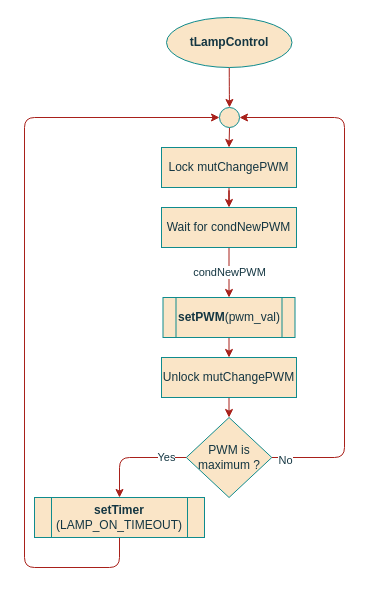
ESRGgroup9/slipad keeps this draw.io diagram as page "tLampControl" (1 of 3) of project/report/flowcharts/tLampControl.drawio. Above is the earlier version. Source tidied: cells renumbered, new cells numbered last; positions are measured from the earlier drawing's top-left corner, leaving out a move shared by most shapes. Both pictures are drawn from the tidied source at 100%, with x=0, y=0 at pixel (24, 17).
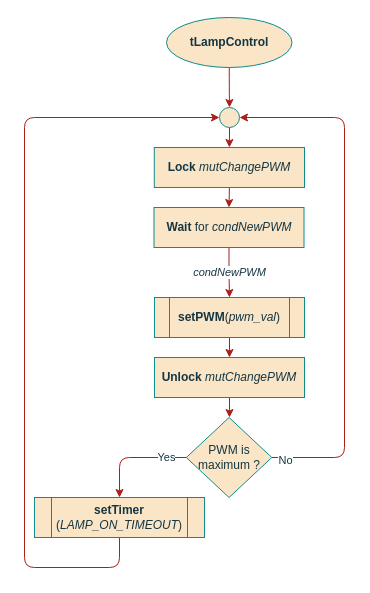
The same page after the edit.

The edit, as a diff of the source:
```diff
@@
-    <mxCell id="6" style="edgeStyle=orthogonalEdgeStyle;rounded=1;sketch=0;jettySize=auto;html=1;fontColor=#143642;strokeColor=#A8201A;fillColor=#FAE5C7;" parent="1" edge="1" source="7" target="9">
+    <mxCell id="6" style="edgeStyle=orthogonalEdgeStyle;rounded=0;sketch=0;jettySize=auto;html=1;exitX=0.5;exitY=1;exitDx=0;exitDy=0;entryX=0.5;entryY=0;entryDx=0;entryDy=0;fontColor=#143642;strokeColor=#A8201A;fillColor=#FAE5C7;" parent="1" edge="1" source="7" target="9">
       <mxGeometry relative="1" as="geometry" />
     </mxCell>
-    <mxCell id="7" value="Lock mutChangePWM" style="rounded=0;whiteSpace=wrap;html=1;sketch=0;fontColor=#143642;strokeColor=#0F8B8D;fillColor=#FAE5C7;" parent="1" vertex="1">
-      <mxGeometry x="137" y="130" width="135" height="40" as="geometry" />
+    <mxCell id="7" value="&lt;b&gt;Lock&lt;/b&gt; &lt;i&gt;mutChangePWM&lt;/i&gt;" style="rounded=0;whiteSpace=wrap;html=1;sketch=0;fontColor=#143642;strokeColor=#0F8B8D;fillColor=#FAE5C7;" parent="1" vertex="1">
+      <mxGeometry x="129.8" y="130" width="150.2" height="40" as="geometry" />
     </mxCell>
-    <mxCell id="8" value="condNewPWM" style="edgeStyle=orthogonalEdgeStyle;rounded=1;sketch=0;jettySize=auto;html=1;fontColor=#143642;strokeColor=#A8201A;fillColor=#FAE5C7;" parent="1" edge="1" source="9" target="11">
+    <mxCell id="8" value="condNewPWM" style="edgeStyle=orthogonalEdgeStyle;rounded=1;sketch=0;jettySize=auto;html=1;fontColor=#143642;strokeColor=#A8201A;fillColor=#FAE5C7;fontStyle=2;" parent="1" edge="1" source="9" target="11">
       <mxGeometry relative="1" as="geometry" />
     </mxCell>
-    <mxCell id="9" value="Wait for condNewPWM" style="rounded=0;whiteSpace=wrap;html=1;sketch=0;fontColor=#143642;strokeColor=#0F8B8D;fillColor=#FAE5C7;" parent="1" vertex="1">
-      <mxGeometry x="137" y="190" width="135" height="40" as="geometry" />
+    <mxCell id="9" value="&lt;b&gt;Wait&lt;/b&gt; for &lt;i&gt;condNewPWM&lt;/i&gt;" style="rounded=0;whiteSpace=wrap;html=1;sketch=0;fontColor=#143642;strokeColor=#0F8B8D;fillColor=#FAE5C7;" parent="1" vertex="1">
+      <mxGeometry x="129.5" y="190" width="150" height="40" as="geometry" />
     </mxCell>
@@
-    <mxCell id="11" value="&lt;b&gt;setPWM&lt;/b&gt;(pwm_val)" style="shape=process;whiteSpace=wrap;html=1;backgroundOutline=1;rounded=0;sketch=0;fontColor=#143642;strokeColor=#0F8B8D;fillColor=#FAE5C7;" parent="1" vertex="1">
-      <mxGeometry x="138.5" y="280" width="132" height="40" as="geometry" />
+    <mxCell id="11" value="&lt;b&gt;setPWM&lt;/b&gt;(&lt;i&gt;pwm_val&lt;/i&gt;)" style="shape=process;whiteSpace=wrap;html=1;backgroundOutline=1;rounded=0;sketch=0;fontColor=#143642;strokeColor=#0F8B8D;fillColor=#FAE5C7;" parent="1" vertex="1">
+      <mxGeometry x="130" y="280" width="150" height="40" as="geometry" />
     </mxCell>
@@
-    <mxCell id="13" value="Unlock mutChangePWM" style="rounded=0;whiteSpace=wrap;html=1;sketch=0;fontColor=#143642;strokeColor=#0F8B8D;fillColor=#FAE5C7;" parent="1" vertex="1">
-      <mxGeometry x="137" y="340" width="135" height="40" as="geometry" />
+    <mxCell id="13" value="&lt;b&gt;Unlock&lt;/b&gt; &lt;i&gt;mutChangePWM&lt;/i&gt;" style="rounded=0;whiteSpace=wrap;html=1;sketch=0;fontColor=#143642;strokeColor=#0F8B8D;fillColor=#FAE5C7;" parent="1" vertex="1">
+      <mxGeometry x="130" y="340" width="150" height="40" as="geometry" />
     </mxCell>
@@
-    <mxCell id="20" value="&lt;div&gt;&lt;b&gt;setTimer&lt;/b&gt;&lt;/div&gt;&lt;div&gt;(LAMP_ON_TIMEOUT)&lt;/div&gt;" style="shape=process;whiteSpace=wrap;html=1;backgroundOutline=1;rounded=0;sketch=0;fontColor=#143642;strokeColor=#0F8B8D;fillColor=#FAE5C7;" parent="1" vertex="1">
+    <mxCell id="20" value="&lt;div&gt;&lt;b&gt;setTimer&lt;/b&gt;&lt;/div&gt;&lt;div&gt;(&lt;i&gt;LAMP_ON_TIMEOUT&lt;/i&gt;)&lt;/div&gt;" style="shape=process;whiteSpace=wrap;html=1;backgroundOutline=1;rounded=0;sketch=0;fontColor=#143642;strokeColor=#0F8B8D;fillColor=#FAE5C7;" parent="1" vertex="1">
       <mxGeometry x="10" y="480" width="170" height="40" as="geometry" />
     </mxCell>
```
